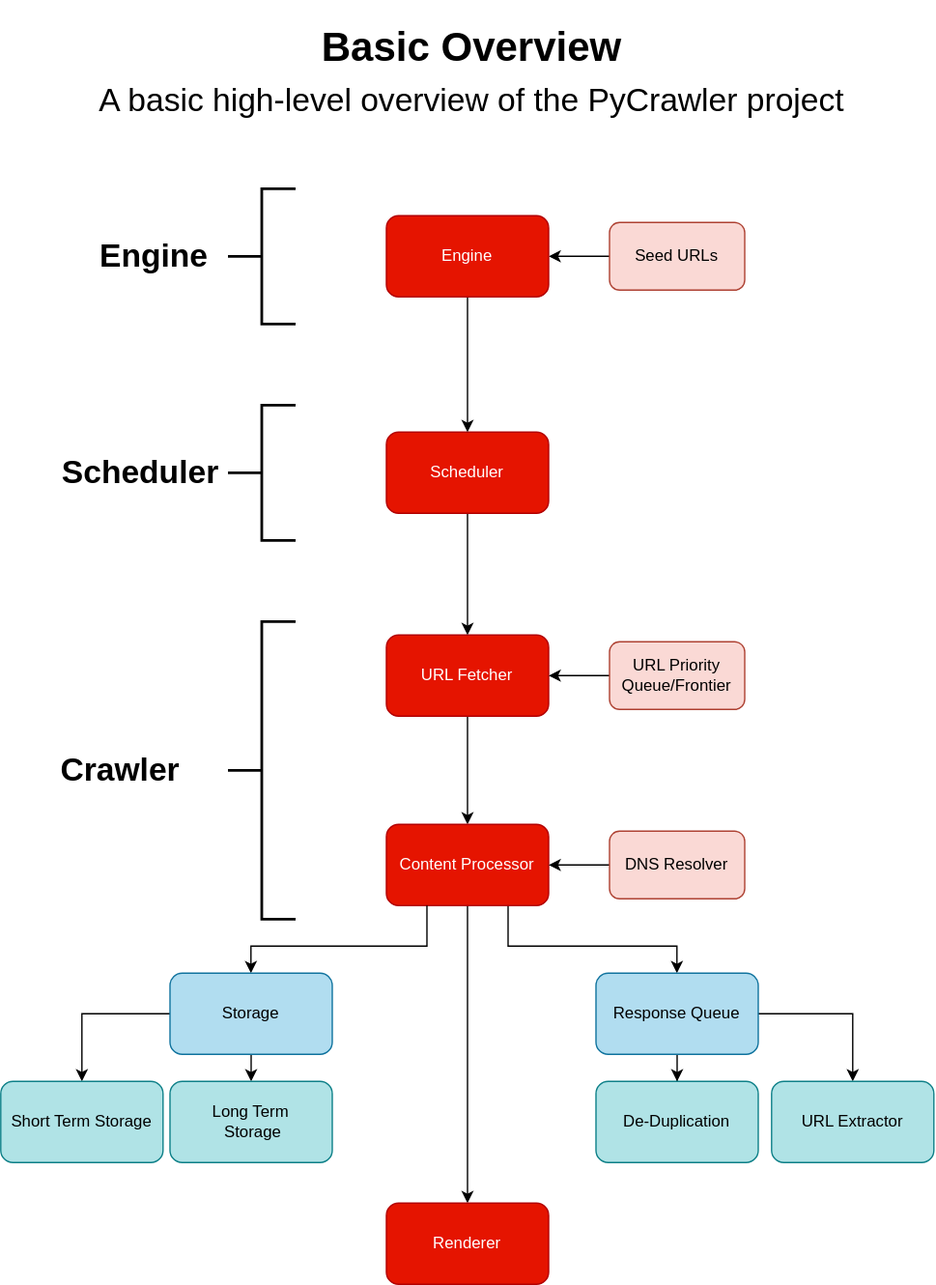
Earlier version of the draw.io export SystemDesign.drawio.svg (techapostle/PyCrawler). Source tidied: cells renumbered, new cells last; positions are measured from the earlier drawing's top-left corner, leaving out a move shared by most shapes.
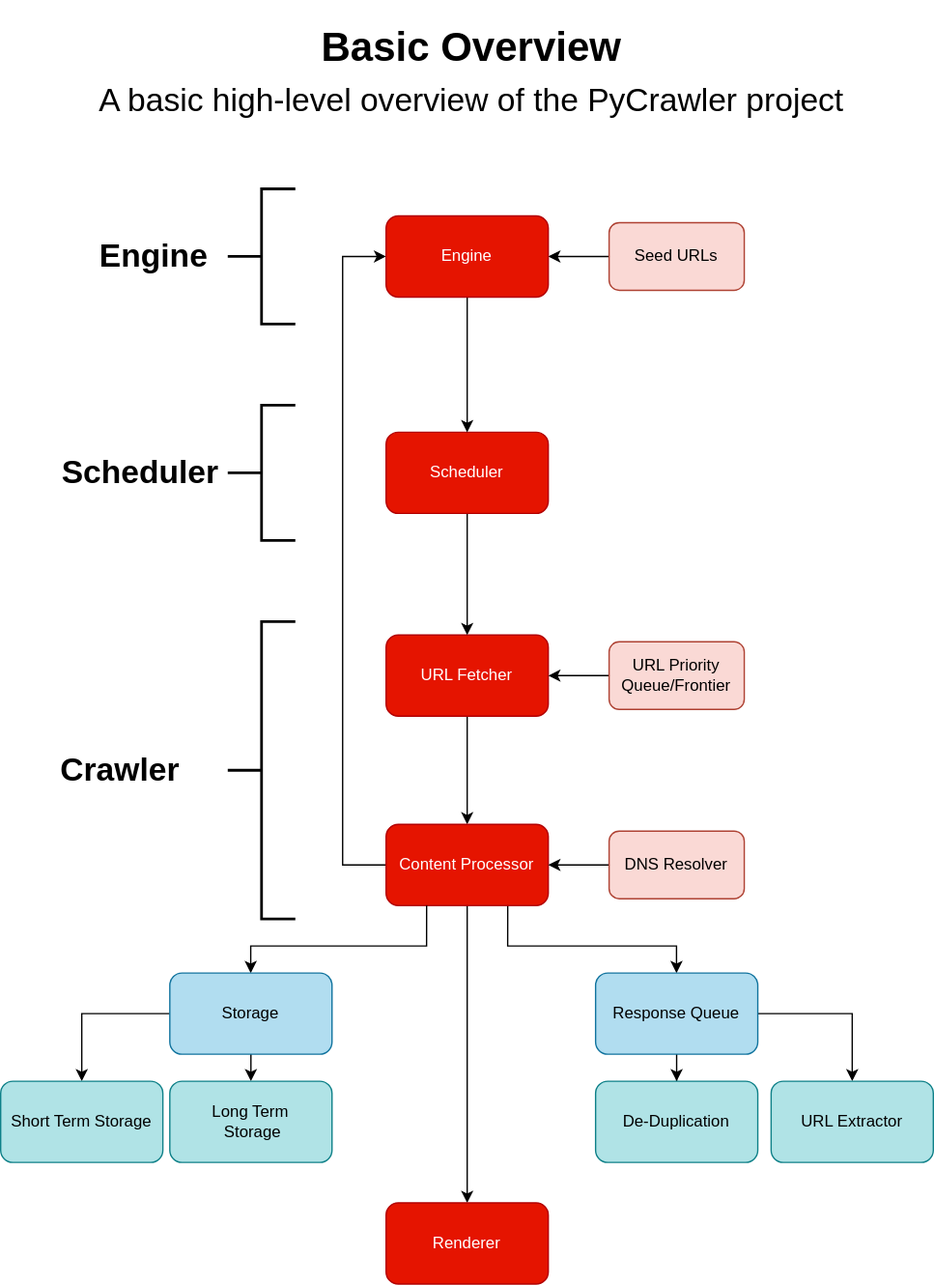
Later version of the same file.

Diff of the diagram source:
```diff
@@ -37,6 +37,14 @@
     <mxCell id="11" style="edgeStyle=orthogonalEdgeStyle;rounded=0;jettySize=auto;html=1;exitX=0.5;exitY=1;exitDx=0;exitDy=0;" parent="1" edge="1" source="12" target="27">
       <mxGeometry relative="1" as="geometry" />
     </mxCell>
+    <mxCell id="37" style="edgeStyle=orthogonalEdgeStyle;rounded=0;jettySize=auto;html=1;entryX=0;entryY=0.5;entryDx=0;entryDy=0;" parent="1" edge="1" source="12" target="29">
+      <mxGeometry relative="1" as="geometry">
+        <Array as="points">
+          <mxPoint x="253" y="630" />
+          <mxPoint x="253" y="180" />
+        </Array>
+      </mxGeometry>
+    </mxCell>
     <mxCell id="12" value="Content Processor" style="rounded=1;whiteSpace=wrap;html=1;fillColor=#e51400;strokeColor=#B20000;fontColor=#ffffff;" parent="1" vertex="1">
       <mxGeometry x="285.1" y="600" width="120" height="60" as="geometry" />
     </mxCell>
```
